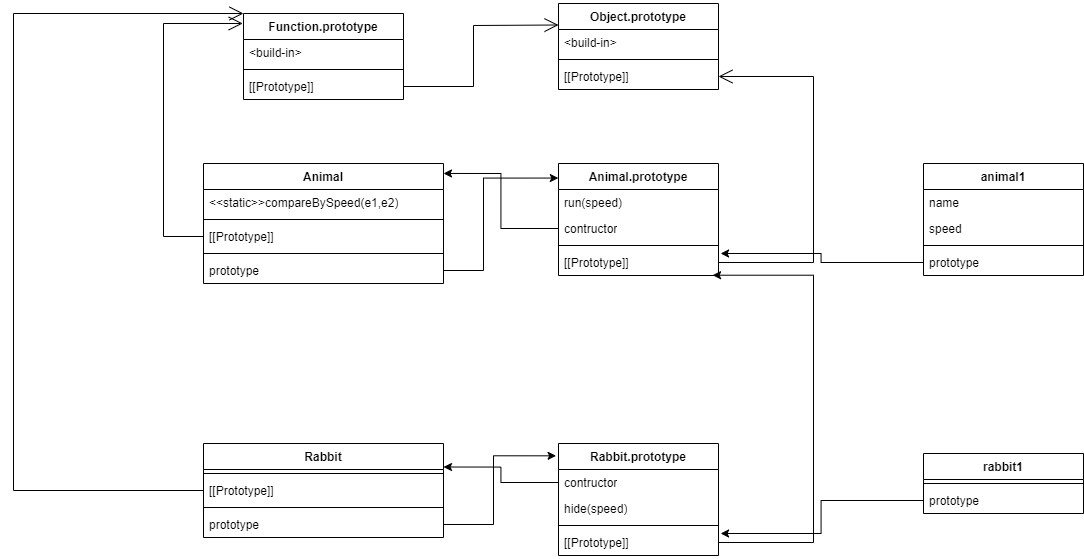
The draw.io diagram images/question4.drawio.png in HieuMIU/CS472, before a commit. Source tidied: cells renumbered, new cells last; positions are measured from the earlier drawing's top-left corner, leaving out a move shared by most shapes. The source it was exported from:
```xml
<mxGraphModel>
  <root>
    <mxCell id="0" />
    <mxCell id="1" parent="0" />
    <mxCell id="2" value="Function.prototype" style="swimlane;fontStyle=1;align=center;verticalAlign=top;horizontal=1;startSize=26;whiteSpace=wrap;html=1;" parent="1" vertex="1">
      <mxGeometry x="230" y="10" width="160" height="86" as="geometry" />
    </mxCell>
    <mxCell id="3" value="&amp;lt;build-in&amp;gt;" style="text;strokeColor=none;fillColor=none;align=left;verticalAlign=top;spacingLeft=4;spacingRight=4;overflow=hidden;whiteSpace=wrap;html=1;" parent="2" vertex="1">
      <mxGeometry y="26" width="160" height="26" as="geometry" />
    </mxCell>
    <mxCell id="4" style="line;strokeWidth=1;fillColor=none;align=left;verticalAlign=middle;spacingTop=-1;spacingLeft=3;spacingRight=3;labelPosition=right;strokeColor=inherit;" parent="2" vertex="1">
      <mxGeometry y="52" width="160" height="8" as="geometry" />
    </mxCell>
    <mxCell id="5" value="[[Prototype]]" style="text;strokeColor=none;fillColor=none;align=left;verticalAlign=top;spacingLeft=4;spacingRight=4;overflow=hidden;points=[[0,0.5],[1,0.5]];portConstraint=eastwest;whiteSpace=wrap;html=1;" parent="2" vertex="1">
      <mxGeometry y="60" width="160" height="26" as="geometry" />
    </mxCell>
    <mxCell id="6" value="Object.prototype" style="swimlane;fontStyle=1;align=center;verticalAlign=top;horizontal=1;startSize=26;whiteSpace=wrap;html=1;" parent="1" vertex="1">
      <mxGeometry x="545" width="160" height="86" as="geometry" />
    </mxCell>
    <mxCell id="7" value="&amp;lt;build-in&amp;gt;" style="text;strokeColor=none;fillColor=none;align=left;verticalAlign=top;spacingLeft=4;spacingRight=4;overflow=hidden;whiteSpace=wrap;html=1;" parent="6" vertex="1">
      <mxGeometry y="26" width="160" height="26" as="geometry" />
    </mxCell>
    <mxCell id="8" style="line;strokeWidth=1;fillColor=none;align=left;verticalAlign=middle;spacingTop=-1;spacingLeft=3;spacingRight=3;labelPosition=right;strokeColor=inherit;" parent="6" vertex="1">
      <mxGeometry y="52" width="160" height="8" as="geometry" />
    </mxCell>
    <mxCell id="9" value="[[Prototype]]" style="text;strokeColor=none;fillColor=none;align=left;verticalAlign=top;spacingLeft=4;spacingRight=4;overflow=hidden;points=[[0,0.5],[1,0.5]];portConstraint=eastwest;whiteSpace=wrap;html=1;" parent="6" vertex="1">
      <mxGeometry y="60" width="160" height="26" as="geometry" />
    </mxCell>
    <mxCell id="10" value="Animal" style="swimlane;fontStyle=1;align=center;verticalAlign=top;horizontal=1;startSize=26;whiteSpace=wrap;html=1;" parent="1" vertex="1">
      <mxGeometry x="190" y="160" width="240" height="120" as="geometry" />
    </mxCell>
    <mxCell id="11" value="&amp;lt;&amp;lt;static&amp;gt;&amp;gt;compareBySpeed(e1,e2)" style="text;strokeColor=none;fillColor=none;align=left;verticalAlign=top;spacingLeft=4;spacingRight=4;overflow=hidden;whiteSpace=wrap;html=1;" parent="10" vertex="1">
      <mxGeometry y="26" width="240" height="26" as="geometry" />
    </mxCell>
    <mxCell id="12" style="line;strokeWidth=1;fillColor=none;align=left;verticalAlign=middle;spacingTop=-1;spacingLeft=3;spacingRight=3;labelPosition=right;strokeColor=inherit;" parent="10" vertex="1">
      <mxGeometry y="52" width="240" height="8" as="geometry" />
    </mxCell>
    <mxCell id="13" value="[[Prototype]]" style="text;strokeColor=none;fillColor=none;align=left;verticalAlign=top;spacingLeft=4;spacingRight=4;overflow=hidden;points=[[0,0.5],[1,0.5]];portConstraint=eastwest;whiteSpace=wrap;html=1;" parent="10" vertex="1">
      <mxGeometry y="60" width="240" height="26" as="geometry" />
    </mxCell>
    <mxCell id="14" style="line;strokeWidth=1;fillColor=none;align=left;verticalAlign=middle;spacingTop=-1;spacingLeft=3;spacingRight=3;labelPosition=right;strokeColor=inherit;" parent="10" vertex="1">
      <mxGeometry y="86" width="240" height="8" as="geometry" />
    </mxCell>
    <mxCell id="15" value="prototype" style="text;strokeColor=none;fillColor=none;align=left;verticalAlign=top;spacingLeft=4;spacingRight=4;overflow=hidden;points=[[0,0.5],[1,0.5]];portConstraint=eastwest;whiteSpace=wrap;html=1;" parent="10" vertex="1">
      <mxGeometry y="94" width="240" height="26" as="geometry" />
    </mxCell>
    <mxCell id="16" value="Animal.prototype" style="swimlane;fontStyle=1;align=center;verticalAlign=top;horizontal=1;startSize=26;whiteSpace=wrap;html=1;" parent="1" vertex="1">
      <mxGeometry x="545" y="160" width="160" height="112" as="geometry" />
    </mxCell>
    <mxCell id="17" value="run(speed)" style="text;strokeColor=none;fillColor=none;align=left;verticalAlign=top;spacingLeft=4;spacingRight=4;overflow=hidden;whiteSpace=wrap;html=1;" parent="16" vertex="1">
      <mxGeometry y="26" width="160" height="26" as="geometry" />
    </mxCell>
    <mxCell id="18" value="contructor" style="text;strokeColor=none;fillColor=none;align=left;verticalAlign=top;spacingLeft=4;spacingRight=4;overflow=hidden;points=[[0,0.5],[1,0.5]];portConstraint=eastwest;whiteSpace=wrap;html=1;" parent="16" vertex="1">
      <mxGeometry y="52" width="160" height="26" as="geometry" />
    </mxCell>
    <mxCell id="19" style="line;strokeWidth=1;fillColor=none;align=left;verticalAlign=middle;spacingTop=-1;spacingLeft=3;spacingRight=3;labelPosition=right;strokeColor=inherit;" parent="16" vertex="1">
      <mxGeometry y="78" width="160" height="8" as="geometry" />
    </mxCell>
    <mxCell id="20" value="[[Prototype]]" style="text;strokeColor=none;fillColor=none;align=left;verticalAlign=top;spacingLeft=4;spacingRight=4;overflow=hidden;points=[[0,0.5],[1,0.5]];portConstraint=eastwest;whiteSpace=wrap;html=1;" parent="16" vertex="1">
      <mxGeometry y="86" width="160" height="26" as="geometry" />
    </mxCell>
    <mxCell id="21" value="Rabbit.prototype" style="swimlane;fontStyle=1;align=center;verticalAlign=top;horizontal=1;startSize=26;whiteSpace=wrap;html=1;" parent="1" vertex="1">
      <mxGeometry x="545" y="440" width="160" height="112" as="geometry" />
    </mxCell>
    <mxCell id="22" value="contructor" style="text;strokeColor=none;fillColor=none;align=left;verticalAlign=top;spacingLeft=4;spacingRight=4;overflow=hidden;points=[[0,0.5],[1,0.5]];portConstraint=eastwest;whiteSpace=wrap;html=1;" parent="21" vertex="1">
      <mxGeometry y="26" width="160" height="26" as="geometry" />
    </mxCell>
    <mxCell id="23" value="hide(speed)" style="text;strokeColor=none;fillColor=none;align=left;verticalAlign=top;spacingLeft=4;spacingRight=4;overflow=hidden;whiteSpace=wrap;html=1;" parent="21" vertex="1">
      <mxGeometry y="52" width="160" height="26" as="geometry" />
    </mxCell>
    <mxCell id="24" style="line;strokeWidth=1;fillColor=none;align=left;verticalAlign=middle;spacingTop=-1;spacingLeft=3;spacingRight=3;labelPosition=right;strokeColor=inherit;" parent="21" vertex="1">
      <mxGeometry y="78" width="160" height="8" as="geometry" />
    </mxCell>
    <mxCell id="25" value="[[Prototype]]" style="text;strokeColor=none;fillColor=none;align=left;verticalAlign=top;spacingLeft=4;spacingRight=4;overflow=hidden;points=[[0,0.5],[1,0.5]];portConstraint=eastwest;whiteSpace=wrap;html=1;" parent="21" vertex="1">
      <mxGeometry y="86" width="160" height="26" as="geometry" />
    </mxCell>
    <mxCell id="26" value="Rabbit" style="swimlane;fontStyle=1;align=center;verticalAlign=top;horizontal=1;startSize=26;whiteSpace=wrap;html=1;" parent="1" vertex="1">
      <mxGeometry x="190" y="440" width="240" height="94" as="geometry" />
    </mxCell>
    <mxCell id="27" style="line;strokeWidth=1;fillColor=none;align=left;verticalAlign=middle;spacingTop=-1;spacingLeft=3;spacingRight=3;labelPosition=right;strokeColor=inherit;" parent="26" vertex="1">
      <mxGeometry y="26" width="240" height="8" as="geometry" />
    </mxCell>
    <mxCell id="28" value="[[Prototype]]" style="text;strokeColor=none;fillColor=none;align=left;verticalAlign=top;spacingLeft=4;spacingRight=4;overflow=hidden;points=[[0,0.5],[1,0.5]];portConstraint=eastwest;whiteSpace=wrap;html=1;" parent="26" vertex="1">
      <mxGeometry y="34" width="240" height="26" as="geometry" />
    </mxCell>
    <mxCell id="29" style="line;strokeWidth=1;fillColor=none;align=left;verticalAlign=middle;spacingTop=-1;spacingLeft=3;spacingRight=3;labelPosition=right;strokeColor=inherit;" parent="26" vertex="1">
      <mxGeometry y="60" width="240" height="8" as="geometry" />
    </mxCell>
    <mxCell id="30" value="prototype" style="text;strokeColor=none;fillColor=none;align=left;verticalAlign=top;spacingLeft=4;spacingRight=4;overflow=hidden;points=[[0,0.5],[1,0.5]];portConstraint=eastwest;whiteSpace=wrap;html=1;" parent="26" vertex="1">
      <mxGeometry y="68" width="240" height="26" as="geometry" />
    </mxCell>
    <mxCell id="31" style="endArrow=open;endFill=1;endSize=12;html=1;rounded=0;exitX=0;exitY=0.5;exitDx=0;exitDy=0;entryX=-0.005;entryY=0.116;entryDx=0;entryDy=0;entryPerimeter=0;" parent="1" edge="1" source="13" target="2">
      <mxGeometry relative="1" as="geometry">
        <Array as="points">
          <mxPoint x="150" y="233" />
          <mxPoint x="150" y="20" />
        </Array>
      </mxGeometry>
    </mxCell>
    <mxCell id="32" style="endArrow=open;endFill=1;endSize=12;html=1;rounded=0;exitX=0;exitY=0.5;exitDx=0;exitDy=0;entryX=0;entryY=0;entryDx=0;entryDy=0;" parent="1" edge="1" source="28" target="2">
      <mxGeometry relative="1" as="geometry">
        <Array as="points">
          <mxPoint y="487" />
          <mxPoint y="10" />
        </Array>
      </mxGeometry>
    </mxCell>
    <mxCell id="33" value="animal1" style="swimlane;fontStyle=1;align=center;verticalAlign=top;horizontal=1;startSize=26;whiteSpace=wrap;html=1;" parent="1" vertex="1">
      <mxGeometry x="910" y="160" width="160" height="112" as="geometry" />
    </mxCell>
    <mxCell id="34" value="name" style="text;strokeColor=none;fillColor=none;align=left;verticalAlign=top;spacingLeft=4;spacingRight=4;overflow=hidden;whiteSpace=wrap;html=1;" parent="33" vertex="1">
      <mxGeometry y="26" width="160" height="26" as="geometry" />
    </mxCell>
    <mxCell id="35" value="speed" style="text;strokeColor=none;fillColor=none;align=left;verticalAlign=top;spacingLeft=4;spacingRight=4;overflow=hidden;whiteSpace=wrap;html=1;" parent="33" vertex="1">
      <mxGeometry y="52" width="160" height="26" as="geometry" />
    </mxCell>
    <mxCell id="36" style="line;strokeWidth=1;fillColor=none;align=left;verticalAlign=middle;spacingTop=-1;spacingLeft=3;spacingRight=3;labelPosition=right;strokeColor=inherit;" parent="33" vertex="1">
      <mxGeometry y="78" width="160" height="8" as="geometry" />
    </mxCell>
    <mxCell id="37" value="prototype" style="text;strokeColor=none;fillColor=none;align=left;verticalAlign=top;spacingLeft=4;spacingRight=4;overflow=hidden;points=[[0,0.5],[1,0.5]];portConstraint=eastwest;whiteSpace=wrap;html=1;" parent="33" vertex="1">
      <mxGeometry y="86" width="160" height="26" as="geometry" />
    </mxCell>
    <mxCell id="38" value="rabbit1" style="swimlane;fontStyle=1;align=center;verticalAlign=top;horizontal=1;startSize=26;whiteSpace=wrap;html=1;" parent="1" vertex="1">
      <mxGeometry x="910" y="450" width="160" height="60" as="geometry" />
    </mxCell>
    <mxCell id="39" style="line;strokeWidth=1;fillColor=none;align=left;verticalAlign=middle;spacingTop=-1;spacingLeft=3;spacingRight=3;labelPosition=right;strokeColor=inherit;" parent="38" vertex="1">
      <mxGeometry y="26" width="160" height="8" as="geometry" />
    </mxCell>
    <mxCell id="40" value="prototype" style="text;strokeColor=none;fillColor=none;align=left;verticalAlign=top;spacingLeft=4;spacingRight=4;overflow=hidden;points=[[0,0.5],[1,0.5]];portConstraint=eastwest;whiteSpace=wrap;html=1;" parent="38" vertex="1">
      <mxGeometry y="34" width="160" height="26" as="geometry" />
    </mxCell>
    <mxCell id="41" style="endArrow=open;endFill=1;endSize=12;html=1;rounded=0;exitX=1;exitY=0.5;exitDx=0;exitDy=0;entryX=0;entryY=0.25;entryDx=0;entryDy=0;" parent="1" edge="1" source="5" target="6">
      <mxGeometry relative="1" as="geometry">
        <Array as="points">
          <mxPoint x="460" y="83" />
          <mxPoint x="460" y="22" />
        </Array>
      </mxGeometry>
    </mxCell>
    <mxCell id="42" style="endArrow=open;endFill=1;endSize=12;html=1;rounded=0;exitX=1;exitY=0.5;exitDx=0;exitDy=0;entryX=1;entryY=0.5;entryDx=0;entryDy=0;" parent="1" edge="1" source="20" target="9">
      <mxGeometry relative="1" as="geometry">
        <Array as="points">
          <mxPoint x="800" y="259" />
          <mxPoint x="800" y="73" />
        </Array>
      </mxGeometry>
    </mxCell>
    <mxCell id="43" style="edgeStyle=orthogonalEdgeStyle;rounded=0;jettySize=auto;html=1;exitX=1;exitY=0.5;exitDx=0;exitDy=0;entryX=0.963;entryY=0.989;entryDx=0;entryDy=0;entryPerimeter=0;" parent="1" edge="1" source="25" target="20">
      <mxGeometry relative="1" as="geometry">
        <Array as="points">
          <mxPoint x="800" y="539" />
          <mxPoint x="800" y="272" />
        </Array>
      </mxGeometry>
    </mxCell>
    <mxCell id="44" style="edgeStyle=orthogonalEdgeStyle;rounded=0;jettySize=auto;html=1;exitX=1;exitY=0.5;exitDx=0;exitDy=0;entryX=-0.001;entryY=0.13;entryDx=0;entryDy=0;entryPerimeter=0;" parent="1" edge="1" source="15" target="16">
      <mxGeometry relative="1" as="geometry">
        <Array as="points">
          <mxPoint x="470" y="267" />
          <mxPoint x="470" y="175" />
        </Array>
      </mxGeometry>
    </mxCell>
    <mxCell id="45" style="edgeStyle=orthogonalEdgeStyle;rounded=0;jettySize=auto;html=1;exitX=1;exitY=0.5;exitDx=0;exitDy=0;entryX=-0.015;entryY=0.11;entryDx=0;entryDy=0;entryPerimeter=0;" parent="1" edge="1" source="30" target="21">
      <mxGeometry relative="1" as="geometry">
        <Array as="points">
          <mxPoint x="480" y="521" />
          <mxPoint x="480" y="452" />
        </Array>
      </mxGeometry>
    </mxCell>
    <mxCell id="46" style="edgeStyle=orthogonalEdgeStyle;rounded=0;jettySize=auto;html=1;exitX=0;exitY=0.5;exitDx=0;exitDy=0;entryX=1;entryY=0.083;entryDx=0;entryDy=0;entryPerimeter=0;" parent="1" edge="1" source="18" target="10">
      <mxGeometry relative="1" as="geometry" />
    </mxCell>
    <mxCell id="47" style="edgeStyle=orthogonalEdgeStyle;rounded=0;jettySize=auto;html=1;exitX=0;exitY=0.5;exitDx=0;exitDy=0;entryX=1;entryY=0.25;entryDx=0;entryDy=0;" parent="1" edge="1" source="22" target="26">
      <mxGeometry relative="1" as="geometry" />
    </mxCell>
    <mxCell id="48" style="edgeStyle=orthogonalEdgeStyle;rounded=0;jettySize=auto;html=1;exitX=0;exitY=0.5;exitDx=0;exitDy=0;entryX=1.013;entryY=0.154;entryDx=0;entryDy=0;entryPerimeter=0;" parent="1" edge="1" source="37" target="20">
      <mxGeometry relative="1" as="geometry" />
    </mxCell>
    <mxCell id="49" style="edgeStyle=orthogonalEdgeStyle;rounded=0;jettySize=auto;html=1;entryX=1.013;entryY=0.154;entryDx=0;entryDy=0;entryPerimeter=0;" parent="1" edge="1" source="40" target="25">
      <mxGeometry relative="1" as="geometry" />
    </mxCell>
  </root>
</mxGraphModel>
```
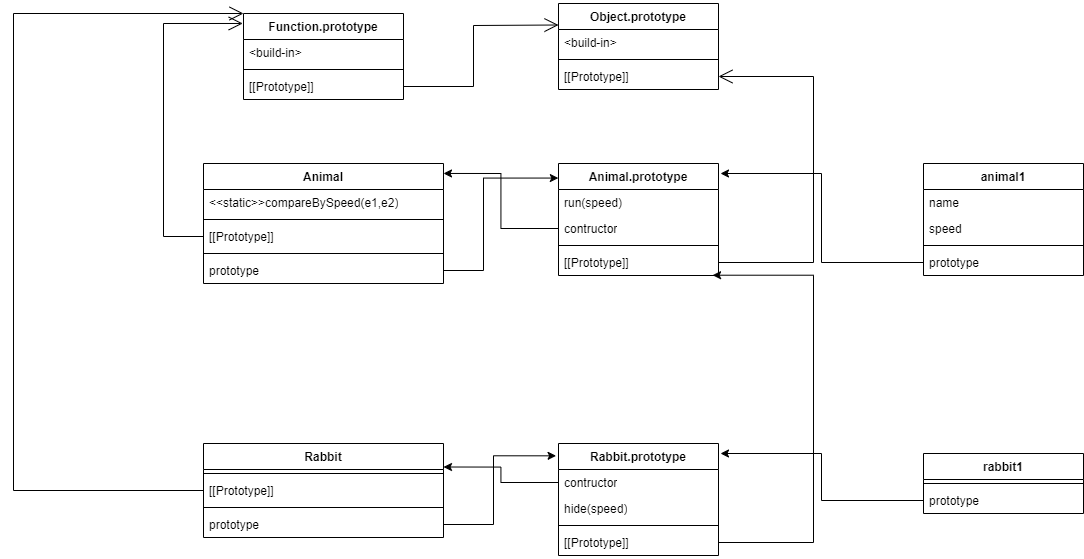
The same file after the commit.

Commit message:
Lab 8: fix diagram question 4

What changed in the source:
```diff
@@ -175,11 +175,25 @@
     <mxCell id="47" style="edgeStyle=orthogonalEdgeStyle;rounded=0;jettySize=auto;html=1;exitX=0;exitY=0.5;exitDx=0;exitDy=0;entryX=1;entryY=0.25;entryDx=0;entryDy=0;" parent="1" edge="1" source="22" target="26">
       <mxGeometry relative="1" as="geometry" />
     </mxCell>
-    <mxCell id="48" style="edgeStyle=orthogonalEdgeStyle;rounded=0;jettySize=auto;html=1;exitX=0;exitY=0.5;exitDx=0;exitDy=0;entryX=1.013;entryY=0.154;entryDx=0;entryDy=0;entryPerimeter=0;" parent="1" edge="1" source="37" target="20">
-      <mxGeometry relative="1" as="geometry" />
+    <mxCell id="48" style="edgeStyle=orthogonalEdgeStyle;rounded=0;jettySize=auto;html=1;exitX=0;exitY=0.5;exitDx=0;exitDy=0;" parent="1" edge="1" source="37">
+      <mxGeometry relative="1" as="geometry">
+        <mxPoint x="707" y="170" as="targetPoint" />
+        <Array as="points">
+          <mxPoint x="808" y="259" />
+          <mxPoint x="808" y="170" />
+          <mxPoint x="707" y="170" />
+        </Array>
+      </mxGeometry>
     </mxCell>
-    <mxCell id="49" style="edgeStyle=orthogonalEdgeStyle;rounded=0;jettySize=auto;html=1;entryX=1.013;entryY=0.154;entryDx=0;entryDy=0;entryPerimeter=0;" parent="1" edge="1" source="40" target="25">
-      <mxGeometry relative="1" as="geometry" />
+    <mxCell id="49" style="edgeStyle=orthogonalEdgeStyle;rounded=0;jettySize=auto;html=1;" parent="1" edge="1" source="40">
+      <mxGeometry relative="1" as="geometry">
+        <mxPoint x="707" y="450" as="targetPoint" />
+        <Array as="points">
+          <mxPoint x="808" y="497" />
+          <mxPoint x="808" y="450" />
+          <mxPoint x="707" y="450" />
+        </Array>
+      </mxGeometry>
     </mxCell>
   </root>
 </mxGraphModel>
```
